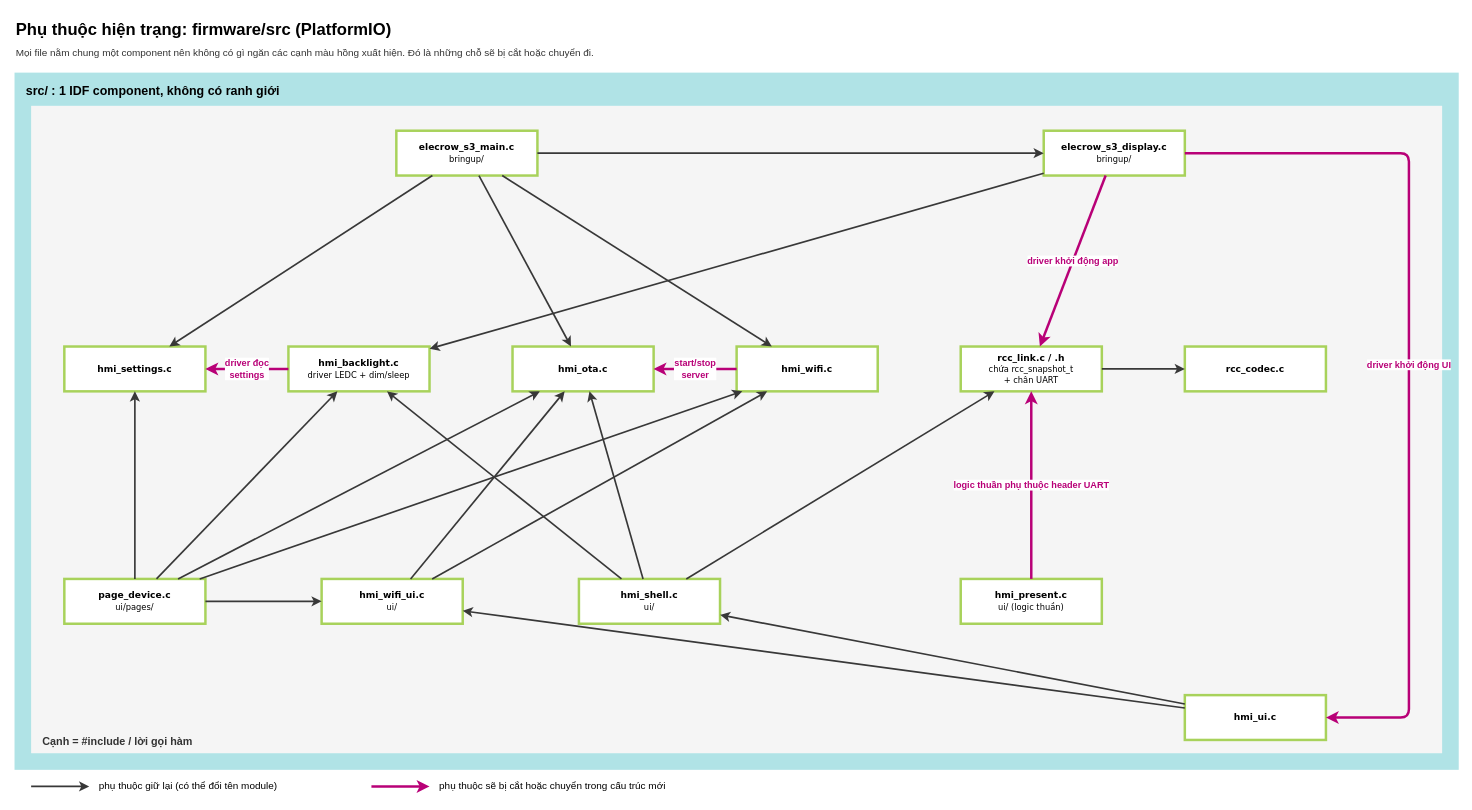
The draw.io diagram page "HMI FW 2a - Phụ thuộc hiện trạng" (2 of 5) of assets/diagram.drawio in whoisLePhuc/Robot-Charge-Controller-HMI, before the edit. Source tidied: cells renumbered, new cells numbered last; positions are measured from the earlier drawing's top-left corner, leaving out a move shared by most shapes. Both pictures are drawn from the tidied source at 83%, with x=0, y=0 at pixel (14, 14).
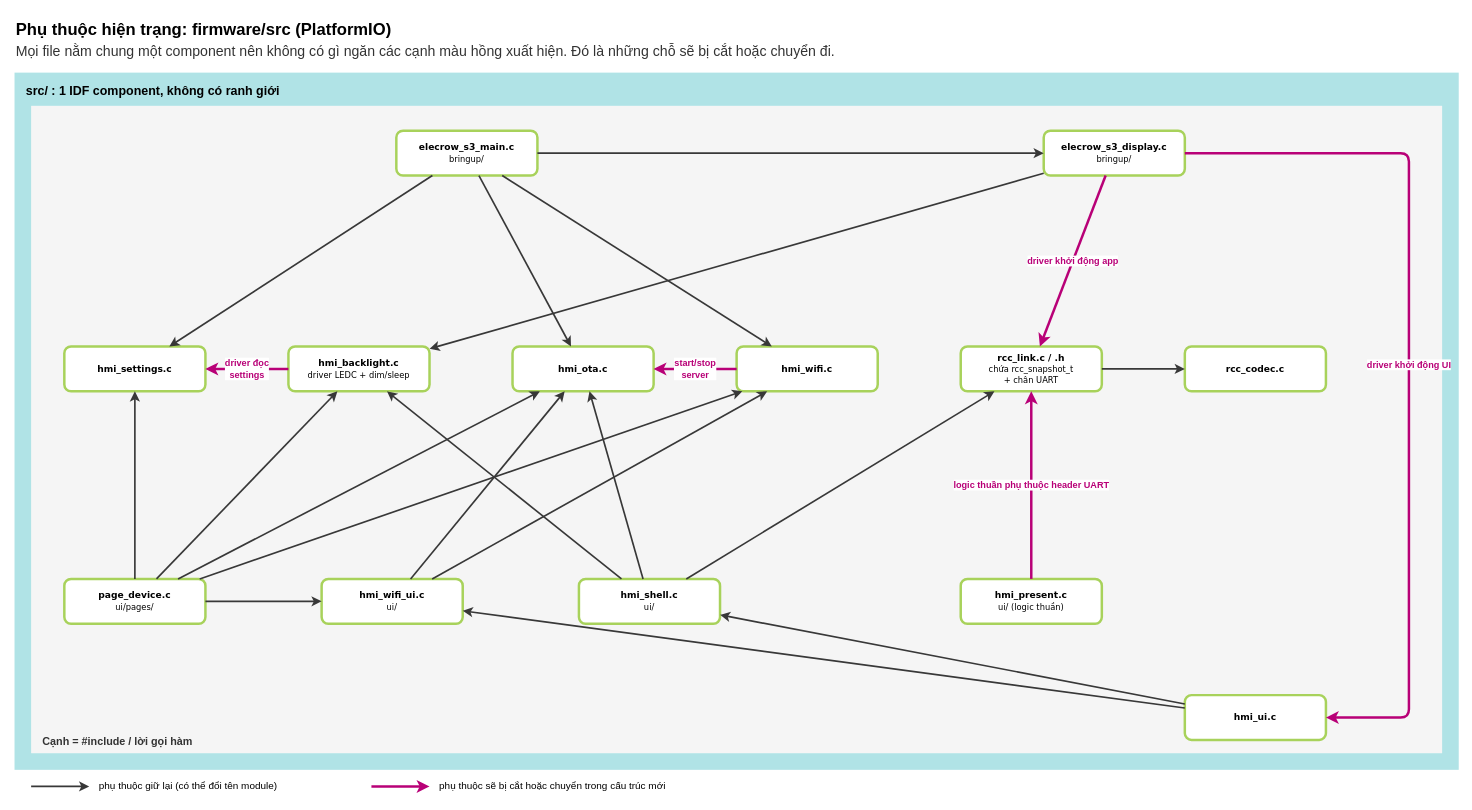
Above is the later version.

Change to the diagram source:
```diff
@@
-    <mxCell id="3" value="Mọi file nằm chung một component nên không có gì ngăn các cạnh màu hồng xuất hiện. Đó là những chỗ sẽ bị cắt hoặc chuyển đi." style="text;html=1;align=left;verticalAlign=middle;whiteSpace=wrap;rounded=0;fontColor=light-dark(#333333,#EDEDED);fontSize=12;" parent="1" vertex="1">
+    <mxCell id="3" value="Mọi file nằm chung một component nên không có gì ngăn các cạnh màu hồng xuất hiện. Đó là những chỗ sẽ bị cắt hoặc chuyển đi." style="text;html=1;align=left;verticalAlign=middle;whiteSpace=wrap;rounded=0;fontColor=light-dark(#333333,#EDEDED);fontSize=17;" parent="1" vertex="1">
       <mxGeometry y="34" width="1400" height="24" as="geometry" />
     </mxCell>
@@
-    <mxCell id="6" value="elecrow_s3_main.c&lt;br&gt;&lt;span style=&quot;font-weight:normal;font-size:10px;&quot;&gt;bringup/&lt;/span&gt;" style="rounded=0;whiteSpace=wrap;html=1;fillColor=default;strokeColor=#A8D25B;fontStyle=1;fontColor=light-dark(#000000,#EDEDED);fontFamily=Verdana;strokeWidth=3;fontSize=11;" parent="1" vertex="1">
+    <mxCell id="6" value="elecrow_s3_main.c&lt;br&gt;&lt;span style=&quot;font-weight:normal;font-size:10px;&quot;&gt;bringup/&lt;/span&gt;" style="rounded=1;whiteSpace=wrap;html=1;fillColor=default;strokeColor=#A8D25B;fontStyle=1;fontColor=light-dark(#000000,#EDEDED);fontFamily=Verdana;strokeWidth=3;fontSize=11;roundedPerimeter=1;" parent="1" vertex="1">
       <mxGeometry x="460" y="140" width="170" height="54" as="geometry" />
     </mxCell>
-    <mxCell id="7" value="elecrow_s3_display.c&lt;br&gt;&lt;span style=&quot;font-weight:normal;font-size:10px;&quot;&gt;bringup/&lt;/span&gt;" style="rounded=0;whiteSpace=wrap;html=1;fillColor=default;strokeColor=#A8D25B;fontStyle=1;fontColor=light-dark(#000000,#EDEDED);fontFamily=Verdana;strokeWidth=3;fontSize=11;" parent="1" vertex="1">
+    <mxCell id="7" value="elecrow_s3_display.c&lt;br&gt;&lt;span style=&quot;font-weight:normal;font-size:10px;&quot;&gt;bringup/&lt;/span&gt;" style="rounded=1;whiteSpace=wrap;html=1;fillColor=default;strokeColor=#A8D25B;fontStyle=1;fontColor=light-dark(#000000,#EDEDED);fontFamily=Verdana;strokeWidth=3;fontSize=11;roundedPerimeter=1;" parent="1" vertex="1">
       <mxGeometry x="1240" y="140" width="170" height="54" as="geometry" />
     </mxCell>
-    <mxCell id="8" value="hmi_settings.c" style="rounded=0;whiteSpace=wrap;html=1;fillColor=default;strokeColor=#A8D25B;fontStyle=1;fontColor=light-dark(#000000,#EDEDED);fontFamily=Verdana;strokeWidth=3;fontSize=11;" parent="1" vertex="1">
+    <mxCell id="8" value="hmi_settings.c" style="rounded=1;whiteSpace=wrap;html=1;fillColor=default;strokeColor=#A8D25B;fontStyle=1;fontColor=light-dark(#000000,#EDEDED);fontFamily=Verdana;strokeWidth=3;fontSize=11;roundedPerimeter=1;" parent="1" vertex="1">
       <mxGeometry x="60" y="400" width="170" height="54" as="geometry" />
     </mxCell>
-    <mxCell id="9" value="hmi_backlight.c&lt;br&gt;&lt;span style=&quot;font-weight:normal;font-size:10px;&quot;&gt;driver LEDC + dim/sleep&lt;/span&gt;" style="rounded=0;whiteSpace=wrap;html=1;fillColor=default;strokeColor=#A8D25B;fontStyle=1;fontColor=light-dark(#000000,#EDEDED);fontFamily=Verdana;strokeWidth=3;fontSize=11;" parent="1" vertex="1">
+    <mxCell id="9" value="hmi_backlight.c&lt;br&gt;&lt;span style=&quot;font-weight:normal;font-size:10px;&quot;&gt;driver LEDC + dim/sleep&lt;/span&gt;" style="rounded=1;whiteSpace=wrap;html=1;fillColor=default;strokeColor=#A8D25B;fontStyle=1;fontColor=light-dark(#000000,#EDEDED);fontFamily=Verdana;strokeWidth=3;fontSize=11;roundedPerimeter=1;" parent="1" vertex="1">
       <mxGeometry x="330" y="400" width="170" height="54" as="geometry" />
     </mxCell>
-    <mxCell id="10" value="hmi_ota.c" style="rounded=0;whiteSpace=wrap;html=1;fillColor=default;strokeColor=#A8D25B;fontStyle=1;fontColor=light-dark(#000000,#EDEDED);fontFamily=Verdana;strokeWidth=3;fontSize=11;" parent="1" vertex="1">
+    <mxCell id="10" value="hmi_ota.c" style="rounded=1;whiteSpace=wrap;html=1;fillColor=default;strokeColor=#A8D25B;fontStyle=1;fontColor=light-dark(#000000,#EDEDED);fontFamily=Verdana;strokeWidth=3;fontSize=11;roundedPerimeter=1;" parent="1" vertex="1">
       <mxGeometry x="600" y="400" width="170" height="54" as="geometry" />
     </mxCell>
-    <mxCell id="11" value="hmi_wifi.c" style="rounded=0;whiteSpace=wrap;html=1;fillColor=default;strokeColor=#A8D25B;fontStyle=1;fontColor=light-dark(#000000,#EDEDED);fontFamily=Verdana;strokeWidth=3;fontSize=11;" parent="1" vertex="1">
+    <mxCell id="11" value="hmi_wifi.c" style="rounded=1;whiteSpace=wrap;html=1;fillColor=default;strokeColor=#A8D25B;fontStyle=1;fontColor=light-dark(#000000,#EDEDED);fontFamily=Verdana;strokeWidth=3;fontSize=11;roundedPerimeter=1;" parent="1" vertex="1">
       <mxGeometry x="870" y="400" width="170" height="54" as="geometry" />
     </mxCell>
-    <mxCell id="12" value="rcc_link.c / .h&lt;br&gt;&lt;span style=&quot;font-weight:normal;font-size:10px;&quot;&gt;chứa rcc_snapshot_t&lt;br&gt;+ chân UART&lt;/span&gt;" style="rounded=0;whiteSpace=wrap;html=1;fillColor=default;strokeColor=#A8D25B;fontStyle=1;fontColor=light-dark(#000000,#EDEDED);fontFamily=Verdana;strokeWidth=3;fontSize=11;" parent="1" vertex="1">
+    <mxCell id="12" value="rcc_link.c / .h&lt;br&gt;&lt;span style=&quot;font-weight:normal;font-size:10px;&quot;&gt;chứa rcc_snapshot_t&lt;br&gt;+ chân UART&lt;/span&gt;" style="rounded=1;whiteSpace=wrap;html=1;fillColor=default;strokeColor=#A8D25B;fontStyle=1;fontColor=light-dark(#000000,#EDEDED);fontFamily=Verdana;strokeWidth=3;fontSize=11;roundedPerimeter=1;" parent="1" vertex="1">
       <mxGeometry x="1140" y="400" width="170" height="54" as="geometry" />
     </mxCell>
-    <mxCell id="13" value="rcc_codec.c" style="rounded=0;whiteSpace=wrap;html=1;fillColor=default;strokeColor=#A8D25B;fontStyle=1;fontColor=light-dark(#000000,#EDEDED);fontFamily=Verdana;strokeWidth=3;fontSize=11;" parent="1" vertex="1">
+    <mxCell id="13" value="rcc_codec.c" style="rounded=1;whiteSpace=wrap;html=1;fillColor=default;strokeColor=#A8D25B;fontStyle=1;fontColor=light-dark(#000000,#EDEDED);fontFamily=Verdana;strokeWidth=3;fontSize=11;roundedPerimeter=1;" parent="1" vertex="1">
       <mxGeometry x="1410" y="400" width="170" height="54" as="geometry" />
     </mxCell>
-    <mxCell id="14" value="page_device.c&lt;br&gt;&lt;span style=&quot;font-weight:normal;font-size:10px;&quot;&gt;ui/pages/&lt;/span&gt;" style="rounded=0;whiteSpace=wrap;html=1;fillColor=default;strokeColor=#A8D25B;fontStyle=1;fontColor=light-dark(#000000,#EDEDED);fontFamily=Verdana;strokeWidth=3;fontSize=11;" parent="1" vertex="1">
+    <mxCell id="14" value="page_device.c&lt;br&gt;&lt;span style=&quot;font-weight:normal;font-size:10px;&quot;&gt;ui/pages/&lt;/span&gt;" style="rounded=1;whiteSpace=wrap;html=1;fillColor=default;strokeColor=#A8D25B;fontStyle=1;fontColor=light-dark(#000000,#EDEDED);fontFamily=Verdana;strokeWidth=3;fontSize=11;roundedPerimeter=1;" parent="1" vertex="1">
       <mxGeometry x="60" y="680" width="170" height="54" as="geometry" />
     </mxCell>
-    <mxCell id="15" value="hmi_wifi_ui.c&lt;br&gt;&lt;span style=&quot;font-weight:normal;font-size:10px;&quot;&gt;ui/&lt;/span&gt;" style="rounded=0;whiteSpace=wrap;html=1;fillColor=default;strokeColor=#A8D25B;fontStyle=1;fontColor=light-dark(#000000,#EDEDED);fontFamily=Verdana;strokeWidth=3;fontSize=11;" parent="1" vertex="1">
+    <mxCell id="15" value="hmi_wifi_ui.c&lt;br&gt;&lt;span style=&quot;font-weight:normal;font-size:10px;&quot;&gt;ui/&lt;/span&gt;" style="rounded=1;whiteSpace=wrap;html=1;fillColor=default;strokeColor=#A8D25B;fontStyle=1;fontColor=light-dark(#000000,#EDEDED);fontFamily=Verdana;strokeWidth=3;fontSize=11;roundedPerimeter=1;" parent="1" vertex="1">
       <mxGeometry x="370" y="680" width="170" height="54" as="geometry" />
     </mxCell>
-    <mxCell id="16" value="hmi_shell.c&lt;br&gt;&lt;span style=&quot;font-weight:normal;font-size:10px;&quot;&gt;ui/&lt;/span&gt;" style="rounded=0;whiteSpace=wrap;html=1;fillColor=default;strokeColor=#A8D25B;fontStyle=1;fontColor=light-dark(#000000,#EDEDED);fontFamily=Verdana;strokeWidth=3;fontSize=11;" parent="1" vertex="1">
+    <mxCell id="16" value="hmi_shell.c&lt;br&gt;&lt;span style=&quot;font-weight:normal;font-size:10px;&quot;&gt;ui/&lt;/span&gt;" style="rounded=1;whiteSpace=wrap;html=1;fillColor=default;strokeColor=#A8D25B;fontStyle=1;fontColor=light-dark(#000000,#EDEDED);fontFamily=Verdana;strokeWidth=3;fontSize=11;roundedPerimeter=1;" parent="1" vertex="1">
       <mxGeometry x="680" y="680" width="170" height="54" as="geometry" />
     </mxCell>
-    <mxCell id="17" value="hmi_present.c&lt;br&gt;&lt;span style=&quot;font-weight:normal;font-size:10px;&quot;&gt;ui/ (logic thuần)&lt;/span&gt;" style="rounded=0;whiteSpace=wrap;html=1;fillColor=default;strokeColor=#A8D25B;fontStyle=1;fontColor=light-dark(#000000,#EDEDED);fontFamily=Verdana;strokeWidth=3;fontSize=11;" parent="1" vertex="1">
+    <mxCell id="17" value="hmi_present.c&lt;br&gt;&lt;span style=&quot;font-weight:normal;font-size:10px;&quot;&gt;ui/ (logic thuần)&lt;/span&gt;" style="rounded=1;whiteSpace=wrap;html=1;fillColor=default;strokeColor=#A8D25B;fontStyle=1;fontColor=light-dark(#000000,#EDEDED);fontFamily=Verdana;strokeWidth=3;fontSize=11;roundedPerimeter=1;" parent="1" vertex="1">
       <mxGeometry x="1140" y="680" width="170" height="54" as="geometry" />
     </mxCell>
-    <mxCell id="18" value="hmi_ui.c" style="rounded=0;whiteSpace=wrap;html=1;fillColor=default;strokeColor=#A8D25B;fontStyle=1;fontColor=light-dark(#000000,#EDEDED);fontFamily=Verdana;strokeWidth=3;fontSize=11;" parent="1" vertex="1">
+    <mxCell id="18" value="hmi_ui.c" style="rounded=1;whiteSpace=wrap;html=1;fillColor=default;strokeColor=#A8D25B;fontStyle=1;fontColor=light-dark(#000000,#EDEDED);fontFamily=Verdana;strokeWidth=3;fontSize=11;roundedPerimeter=1;" parent="1" vertex="1">
       <mxGeometry x="1410" y="820" width="170" height="54" as="geometry" />
     </mxCell>
```
